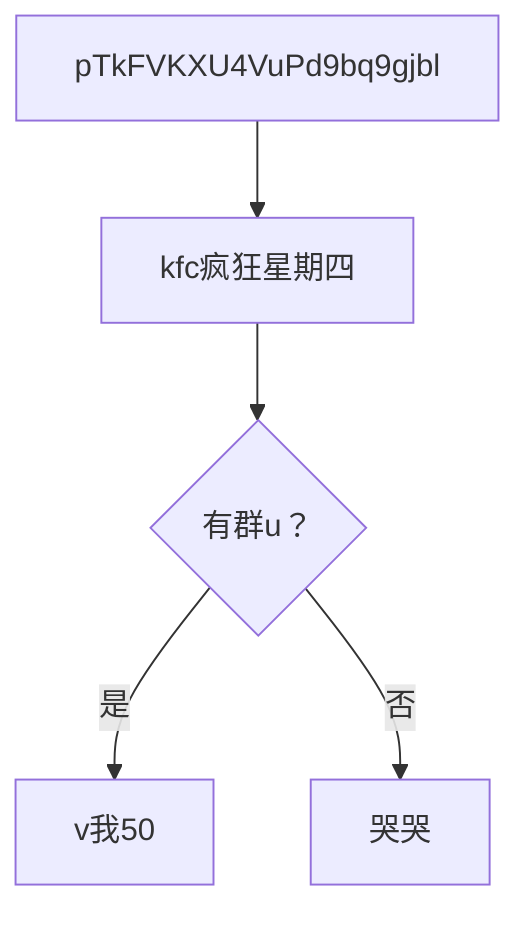
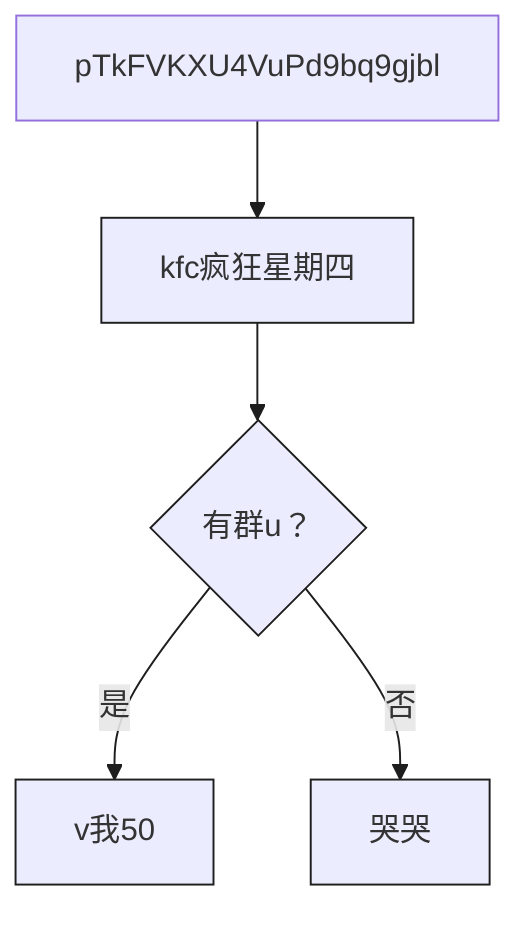
flowchart TD
    QGHtzW7MvDySRoxTS57Wr["kfc疯狂星期四"]
    Ny5QjgOcDuE77g3vsTU3p["v我50"]
    b4wZeVHo0n6NiLv7nKkLZ{"有群u？"}
    pPn1kn_WRFnyiLvbKTmBB["哭哭"]
    QGHtzW7MvDySRoxTS57Wr --> b4wZeVHo0n6NiLv7nKkLZ
    b4wZeVHo0n6NiLv7nKkLZ -->|是| Ny5QjgOcDuE77g3vsTU3p
    b4wZeVHo0n6NiLv7nKkLZ -->|否| pPn1kn_WRFnyiLvbKTmBB
    pTkFVKXU4VuPd9bq9gjbl --> QGHtzW7MvDySRoxTS57Wr
+ classDef c1 stroke:#1e1e1e
+ class QGHtzW7MvDySRoxTS57Wr c1
+ class Ny5QjgOcDuE77g3vsTU3p c1
+ class b4wZeVHo0n6NiLv7nKkLZ c1
+ class pPn1kn_WRFnyiLvbKTmBB c1
+ linkStyle 0 stroke:#1e1e1e
+ linkStyle 1 stroke:#1e1e1e
+ linkStyle 2 stroke:#1e1e1e
+ linkStyle 3 stroke:#1e1e1e
